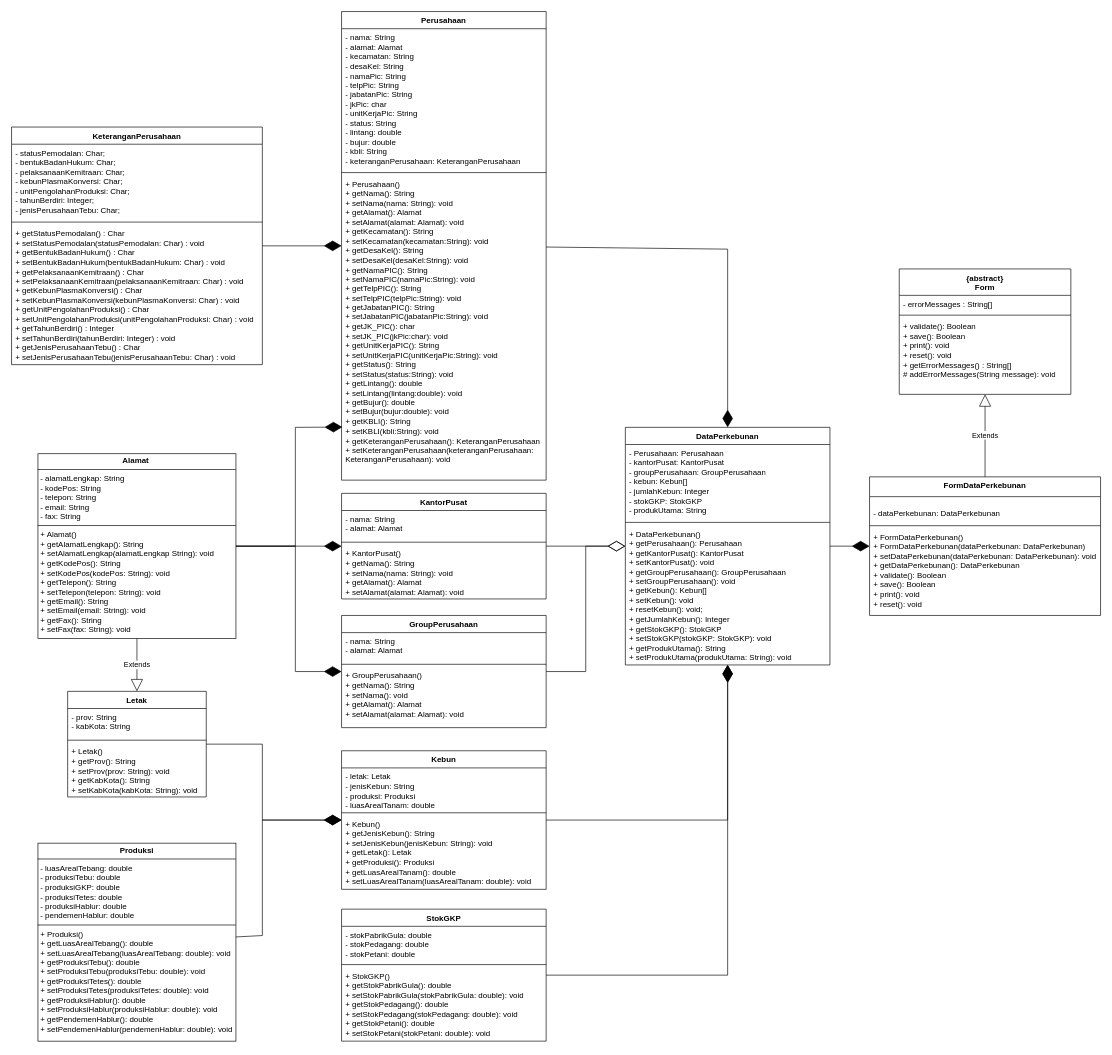
Earlier version of the draw.io diagram ClassDiagramPBOKelompok2.drawio (DijasanLewis/PBO-Kelompok-2). Source tidied: cells renumbered, new cells numbered last; positions are measured from the earlier drawing's top-left corner, leaving out a move shared by most shapes. Both pictures are drawn from the tidied source at 66%, with x=0, y=0 at pixel (11, 11).
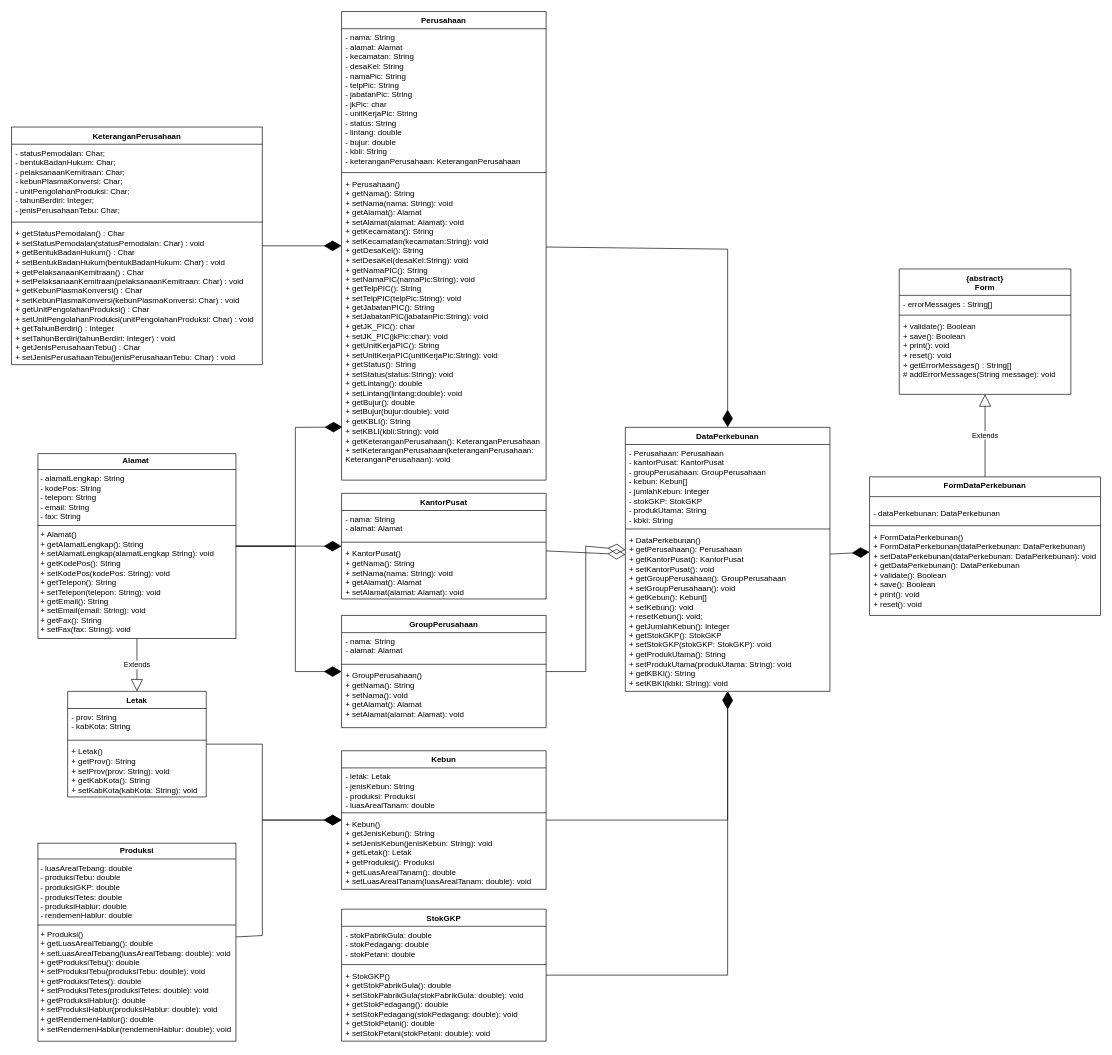
The same page after the edit.

Diff of the diagram source:
```diff
@@
     <mxCell id="2" value="DataPerkebunan" style="swimlane;fontStyle=1;align=center;verticalAlign=top;horizontal=1;startSize=26;whiteSpace=wrap;html=1;" parent="1" vertex="1">
-      <mxGeometry x="930" y="630" width="310" height="360" as="geometry" />
+      <mxGeometry x="930" y="630" width="310" height="400" as="geometry" />
     </mxCell>
-    <mxCell id="3" value="&lt;div&gt;- Perusahaan: Perusahaan&lt;/div&gt;&lt;div&gt;- kantorPusat: KantorPusat&lt;/div&gt;&lt;div&gt;- groupPerusahaan: GroupPerusahaan&lt;/div&gt;&lt;div&gt;- kebun: Kebun[]&lt;/div&gt;&lt;div&gt;- jumlahKebun: Integer&lt;/div&gt;&lt;div&gt;- stokGKP: StokGKP&lt;/div&gt;&lt;div&gt;- produkUtama: String&lt;/div&gt;" style="text;strokeColor=none;fillColor=none;align=left;verticalAlign=top;spacingLeft=4;spacingRight=4;overflow=hidden;whiteSpace=wrap;html=1;" parent="2" vertex="1">
-      <mxGeometry y="26" width="310" height="114" as="geometry" />
+    <mxCell id="3" value="&lt;div&gt;- Perusahaan: Perusahaan&lt;/div&gt;&lt;div&gt;- kantorPusat: KantorPusat&lt;/div&gt;&lt;div&gt;- groupPerusahaan: GroupPerusahaan&lt;/div&gt;&lt;div&gt;- kebun: Kebun[]&lt;/div&gt;&lt;div&gt;- jumlahKebun: Integer&lt;/div&gt;&lt;div&gt;- stokGKP: StokGKP&lt;/div&gt;&lt;div&gt;- produkUtama: String&lt;/div&gt;&lt;div&gt;- kbki: String&lt;/div&gt;" style="text;strokeColor=none;fillColor=none;align=left;verticalAlign=top;spacingLeft=4;spacingRight=4;overflow=hidden;whiteSpace=wrap;html=1;" parent="2" vertex="1">
+      <mxGeometry y="26" width="310" height="124" as="geometry" />
     </mxCell>
     <mxCell id="4" style="line;strokeWidth=1;fillColor=none;align=left;verticalAlign=middle;spacingTop=-1;spacingLeft=3;spacingRight=3;labelPosition=right;strokeColor=inherit;" parent="2" vertex="1">
-      <mxGeometry y="140" width="310" height="8" as="geometry" />
+      <mxGeometry y="150" width="310" height="8" as="geometry" />
     </mxCell>
-    <mxCell id="5" value="&lt;div&gt;+ DataPerkebunan()&lt;/div&gt;&lt;div&gt;+ getPerusahaan(): Perusahaan&lt;/div&gt;&lt;div&gt;+ getKantorPusat(): KantorPusat&lt;/div&gt;&lt;div&gt;+ setKantorPusat(): void&lt;/div&gt;&lt;div&gt;+ getGroupPerusahaan(): GroupPerusahaan&lt;/div&gt;&lt;div&gt;+ setGroupPerusahaan(): void&lt;/div&gt;&lt;div&gt;+ getKebun(): Kebun[]&lt;/div&gt;&lt;div&gt;+ setKebun(): void&lt;/div&gt;&lt;div&gt;+ resetKebun(): void;&lt;/div&gt;&lt;div&gt;+ getJumlahKebun(): Integer&lt;/div&gt;&lt;div&gt;+ getStokGKP(): StokGKP&lt;/div&gt;&lt;div&gt;+ setStokGKP(stokGKP: StokGKP): void&lt;/div&gt;&lt;div&gt;+ getProdukUtama(): String&lt;/div&gt;&lt;div&gt;+ setProdukUtama(produkUtama: String): void&lt;/div&gt;" style="text;strokeColor=none;fillColor=none;align=left;verticalAlign=top;spacingLeft=4;spacingRight=4;overflow=hidden;whiteSpace=wrap;html=1;" parent="2" vertex="1">
-      <mxGeometry y="148" width="310" height="212" as="geometry" />
+    <mxCell id="5" value="&lt;div&gt;+ DataPerkebunan()&lt;/div&gt;&lt;div&gt;+ getPerusahaan(): Perusahaan&lt;/div&gt;&lt;div&gt;+ getKantorPusat(): KantorPusat&lt;/div&gt;&lt;div&gt;+ setKantorPusat(): void&lt;/div&gt;&lt;div&gt;+ getGroupPerusahaan(): GroupPerusahaan&lt;/div&gt;&lt;div&gt;+ setGroupPerusahaan(): void&lt;/div&gt;&lt;div&gt;+ getKebun(): Kebun[]&lt;/div&gt;&lt;div&gt;+ setKebun(): void&lt;/div&gt;&lt;div&gt;+ resetKebun(): void;&lt;/div&gt;&lt;div&gt;+ getJumlahKebun(): Integer&lt;/div&gt;&lt;div&gt;+ getStokGKP(): StokGKP&lt;/div&gt;&lt;div&gt;+ setStokGKP(stokGKP: StokGKP): void&lt;/div&gt;&lt;div&gt;+ getProdukUtama(): String&lt;/div&gt;&lt;div&gt;+ setProdukUtama(produkUtama: String): void&lt;/div&gt;&lt;div&gt;&lt;div&gt;+ getKBKI(): String&lt;/div&gt;&lt;div&gt;+ setKBKI(kbki: String): void&lt;/div&gt;&lt;/div&gt;" style="text;strokeColor=none;fillColor=none;align=left;verticalAlign=top;spacingLeft=4;spacingRight=4;overflow=hidden;whiteSpace=wrap;html=1;" parent="2" vertex="1">
+      <mxGeometry y="158" width="310" height="242" as="geometry" />
     </mxCell>
@@
-    <mxCell id="47" value="&lt;p style=&quot;margin:0px;margin-top:4px;text-align:center;&quot;&gt;&lt;b&gt;Produksi&lt;/b&gt;&lt;/p&gt;&lt;hr size=&quot;1&quot; style=&quot;border-style:solid;&quot;&gt;&lt;p style=&quot;margin:0px;margin-left:4px;&quot;&gt;- luasArealTebang: double&lt;/p&gt;&lt;p style=&quot;margin:0px;margin-left:4px;&quot;&gt;- produksiTebu: double&lt;/p&gt;&lt;p style=&quot;margin:0px;margin-left:4px;&quot;&gt;- produksiGKP: double&lt;/p&gt;&lt;p style=&quot;margin:0px;margin-left:4px;&quot;&gt;- produksiTetes: double&lt;/p&gt;&lt;p style=&quot;margin:0px;margin-left:4px;&quot;&gt;- produksiHablur: double&lt;/p&gt;&lt;p style=&quot;margin:0px;margin-left:4px;&quot;&gt;- pendemenHablur: double&lt;/p&gt;&lt;hr size=&quot;1&quot; style=&quot;border-style:solid;&quot;&gt;&lt;p style=&quot;margin:0px;margin-left:4px;&quot;&gt;+ Produksi()&lt;/p&gt;&lt;p style=&quot;margin:0px;margin-left:4px;&quot;&gt;+ getLuasArealTebang(): double&lt;/p&gt;&lt;p style=&quot;margin:0px;margin-left:4px;&quot;&gt;+ setLuasArealTebang(luasArealTebang: double): void&lt;/p&gt;&lt;p style=&quot;margin:0px;margin-left:4px;&quot;&gt;+ getProduksiTebu(): double&lt;/p&gt;&lt;p style=&quot;margin:0px;margin-left:4px;&quot;&gt;+ setProduksiTebu(produksiTebu: double): void&lt;/p&gt;&lt;p style=&quot;margin:0px;margin-left:4px;&quot;&gt;+ getProduksiTetes(): double&lt;/p&gt;&lt;p style=&quot;margin:0px;margin-left:4px;&quot;&gt;+ setProduksiTetes(produksiTetes: double): void&lt;/p&gt;&lt;p style=&quot;margin:0px;margin-left:4px;&quot;&gt;+ getProduksiHablur(): double&lt;/p&gt;&lt;p style=&quot;margin:0px;margin-left:4px;&quot;&gt;+ setProduksiHablur(produksiHablur: double): void&lt;/p&gt;&lt;p style=&quot;margin:0px;margin-left:4px;&quot;&gt;+ getPendemenHablur(): double&lt;/p&gt;&lt;p style=&quot;margin:0px;margin-left:4px;&quot;&gt;+ setPendemenHablur(pendemenHablur: double): void&lt;/p&gt;" style="verticalAlign=top;align=left;overflow=fill;html=1;whiteSpace=wrap;" parent="1" vertex="1">
+    <mxCell id="47" value="&lt;p style=&quot;margin:0px;margin-top:4px;text-align:center;&quot;&gt;&lt;b&gt;Produksi&lt;/b&gt;&lt;/p&gt;&lt;hr size=&quot;1&quot; style=&quot;border-style:solid;&quot;&gt;&lt;p style=&quot;margin:0px;margin-left:4px;&quot;&gt;- luasArealTebang: double&lt;/p&gt;&lt;p style=&quot;margin:0px;margin-left:4px;&quot;&gt;- produksiTebu: double&lt;/p&gt;&lt;p style=&quot;margin:0px;margin-left:4px;&quot;&gt;- produksiGKP: double&lt;/p&gt;&lt;p style=&quot;margin:0px;margin-left:4px;&quot;&gt;- produksiTetes: double&lt;/p&gt;&lt;p style=&quot;margin:0px;margin-left:4px;&quot;&gt;- produksiHablur: double&lt;/p&gt;&lt;p style=&quot;margin:0px;margin-left:4px;&quot;&gt;- rendemenHablur: double&lt;/p&gt;&lt;hr size=&quot;1&quot; style=&quot;border-style:solid;&quot;&gt;&lt;p style=&quot;margin:0px;margin-left:4px;&quot;&gt;+ Produksi()&lt;/p&gt;&lt;p style=&quot;margin:0px;margin-left:4px;&quot;&gt;+ getLuasArealTebang(): double&lt;/p&gt;&lt;p style=&quot;margin:0px;margin-left:4px;&quot;&gt;+ setLuasArealTebang(luasArealTebang: double): void&lt;/p&gt;&lt;p style=&quot;margin:0px;margin-left:4px;&quot;&gt;+ getProduksiTebu(): double&lt;/p&gt;&lt;p style=&quot;margin:0px;margin-left:4px;&quot;&gt;+ setProduksiTebu(produksiTebu: double): void&lt;/p&gt;&lt;p style=&quot;margin:0px;margin-left:4px;&quot;&gt;+ getProduksiTetes(): double&lt;/p&gt;&lt;p style=&quot;margin:0px;margin-left:4px;&quot;&gt;+ setProduksiTetes(produksiTetes: double): void&lt;/p&gt;&lt;p style=&quot;margin:0px;margin-left:4px;&quot;&gt;+ getProduksiHablur(): double&lt;/p&gt;&lt;p style=&quot;margin:0px;margin-left:4px;&quot;&gt;+ setProduksiHablur(produksiHablur: double): void&lt;/p&gt;&lt;p style=&quot;margin:0px;margin-left:4px;&quot;&gt;+ getRendemenHablur(): double&lt;/p&gt;&lt;p style=&quot;margin:0px;margin-left:4px;&quot;&gt;+ setRendemenHablur(rendemenHablur: double): void&lt;/p&gt;" style="verticalAlign=top;align=left;overflow=fill;html=1;whiteSpace=wrap;" parent="1" vertex="1">
       <mxGeometry x="40" y="1260" width="300" height="300" as="geometry" />
     </mxCell>
```
